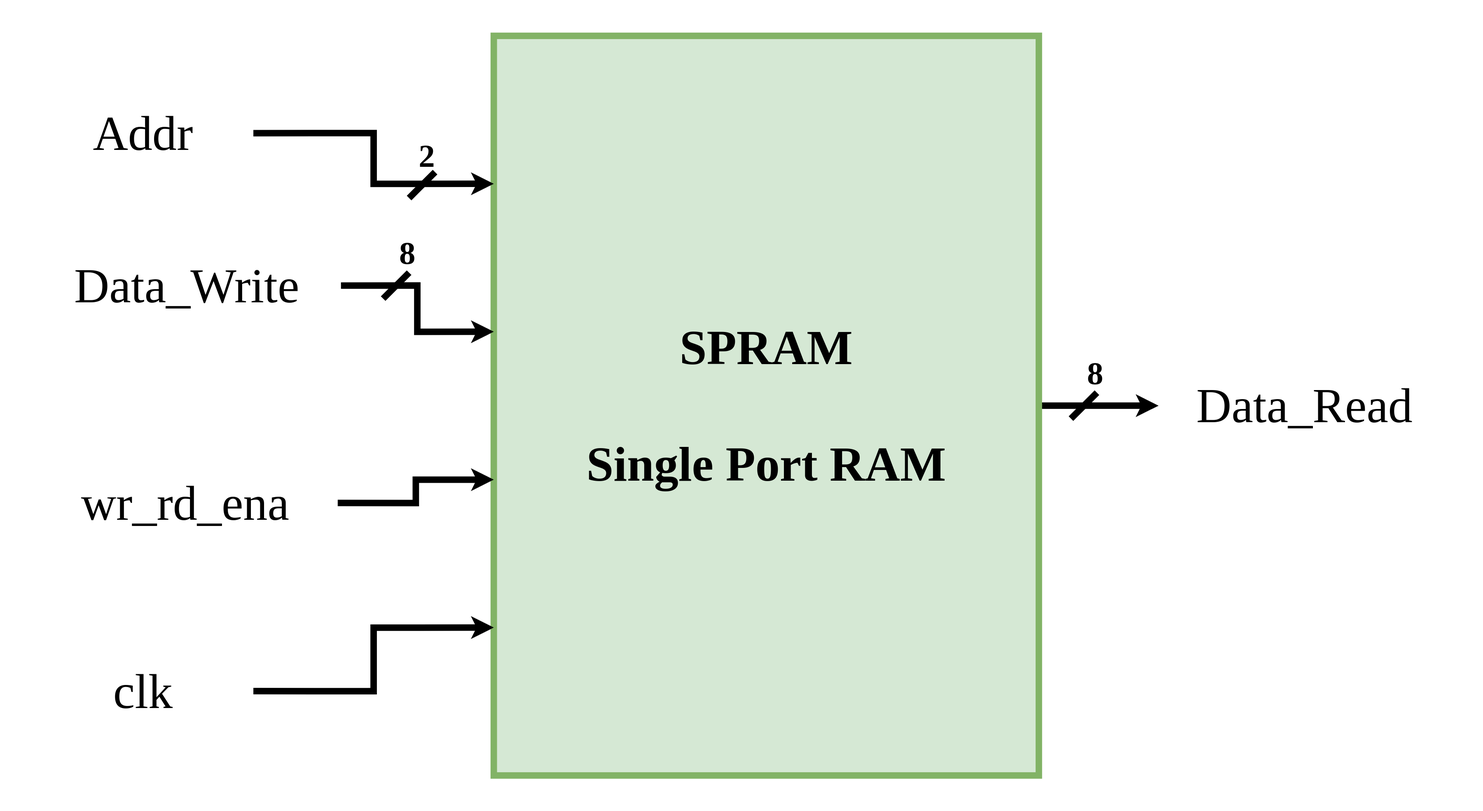
Before: Memory/SinglePortRAM/SinglePortRAM_Img/SPRAM_Block.svg, a diagram exported from draw.io (SaBuMa/FPGA-Design). Source tidied: cells renumbered, new cells last; positions are measured from the earlier drawing's top-left corner, leaving out a move shared by most shapes.
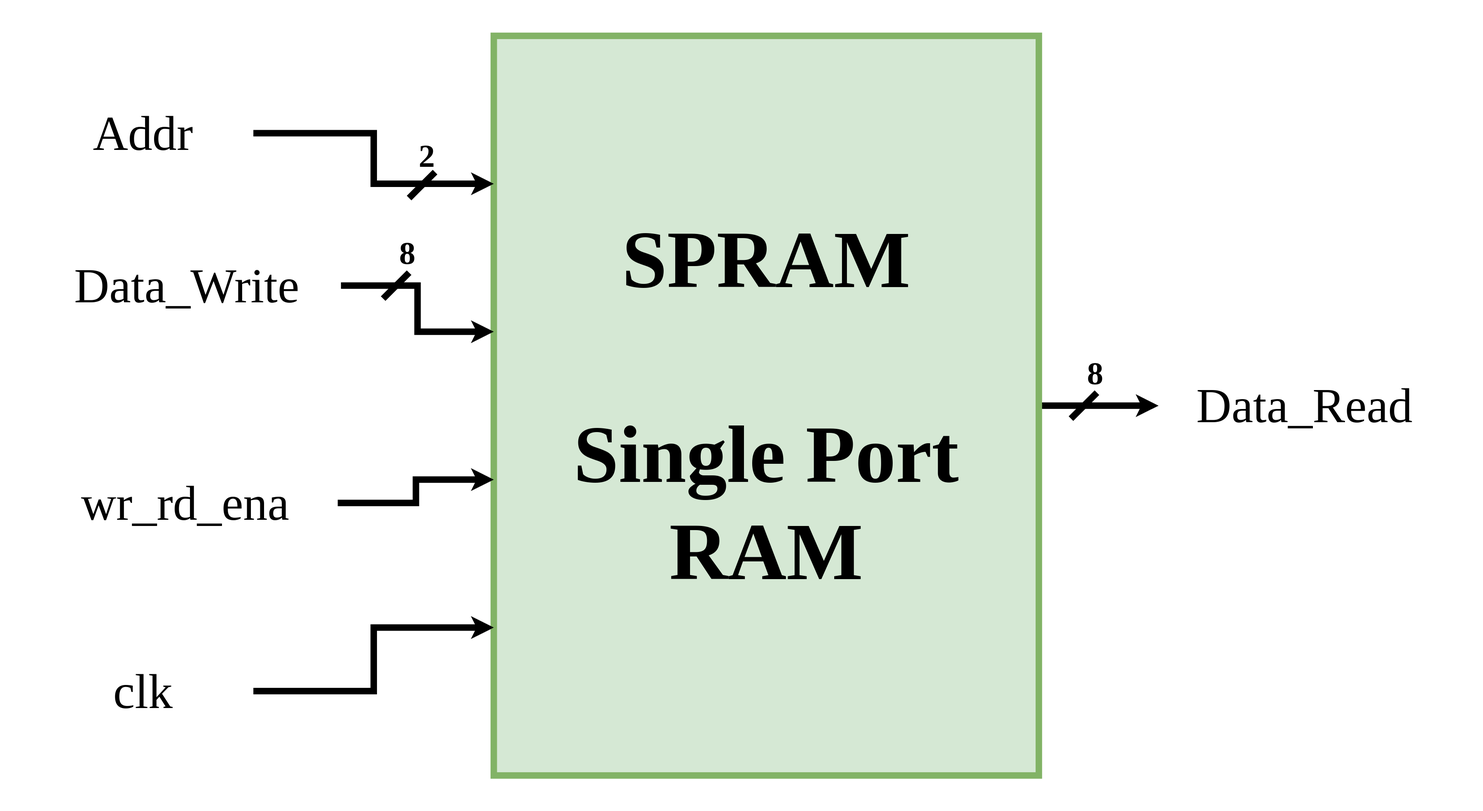
Later version of the same file.

Diff of the diagram source:
```diff
@@ -5,7 +5,7 @@
     <mxCell id="2" style="edgeStyle=orthogonalEdgeStyle;rounded=0;jettySize=auto;html=1;exitX=1;exitY=0.5;exitDx=0;exitDy=0;exitPerimeter=0;strokeWidth=20;" parent="1" edge="1" source="3" target="8">
       <mxGeometry relative="1" as="geometry" />
     </mxCell>
-    <mxCell id="3" value="SPRAM&lt;div&gt;&lt;br&gt;&lt;/div&gt;&lt;div&gt;Single Port RAM&lt;/div&gt;" style="rounded=0;whiteSpace=wrap;html=1;fontSize=150;fontStyle=1;fontFamily=Lucida Console;points=[[0,0,0,0,0],[0,0.2,0,0,0],[0,0.4,0,0,0],[0,0.6,0,0,0],[0,0.8,0,0,0],[0,1,0,0,0],[0.25,0,0,0,0],[0.25,1,0,0,0],[0.5,0,0,0,0],[0.5,1,0,0,0],[0.75,0,0,0,0],[0.75,1,0,0,0],[1,0,0,0,0],[1,0.25,0,0,0],[1,0.5,0,0,0],[1,0.75,0,0,0],[1,1,0,0,0]];strokeWidth=20;fillColor=#d5e8d4;strokeColor=#82b366;" parent="1" vertex="1">
+    <mxCell id="3" value="&lt;font style=&quot;font-size: 250px;&quot;&gt;SPRAM&lt;/font&gt;&lt;div&gt;&lt;font style=&quot;font-size: 250px;&quot;&gt;&lt;br&gt;&lt;/font&gt;&lt;/div&gt;&lt;div&gt;&lt;font style=&quot;font-size: 250px;&quot;&gt;Single Port RAM&lt;/font&gt;&lt;/div&gt;" style="rounded=0;whiteSpace=wrap;html=1;fontSize=150;fontStyle=1;fontFamily=Lucida Console;points=[[0,0,0,0,0],[0,0.2,0,0,0],[0,0.4,0,0,0],[0,0.6,0,0,0],[0,0.8,0,0,0],[0,1,0,0,0],[0.25,0,0,0,0],[0.25,1,0,0,0],[0.5,0,0,0,0],[0.5,1,0,0,0],[0.75,0,0,0,0],[0.75,1,0,0,0],[1,0,0,0,0],[1,0.25,0,0,0],[1,0.5,0,0,0],[1,0.75,0,0,0],[1,1,0,0,0]];strokeWidth=20;fillColor=#d5e8d4;strokeColor=#82b366;" parent="1" vertex="1">
       <mxGeometry x="1421" width="1680" height="2280" as="geometry" />
     </mxCell>
     <mxCell id="4" value="clk" style="text;html=1;align=center;verticalAlign=middle;whiteSpace=wrap;rounded=0;fontSize=150;fontFamily=Lucida Console;" parent="1" vertex="1">
```
